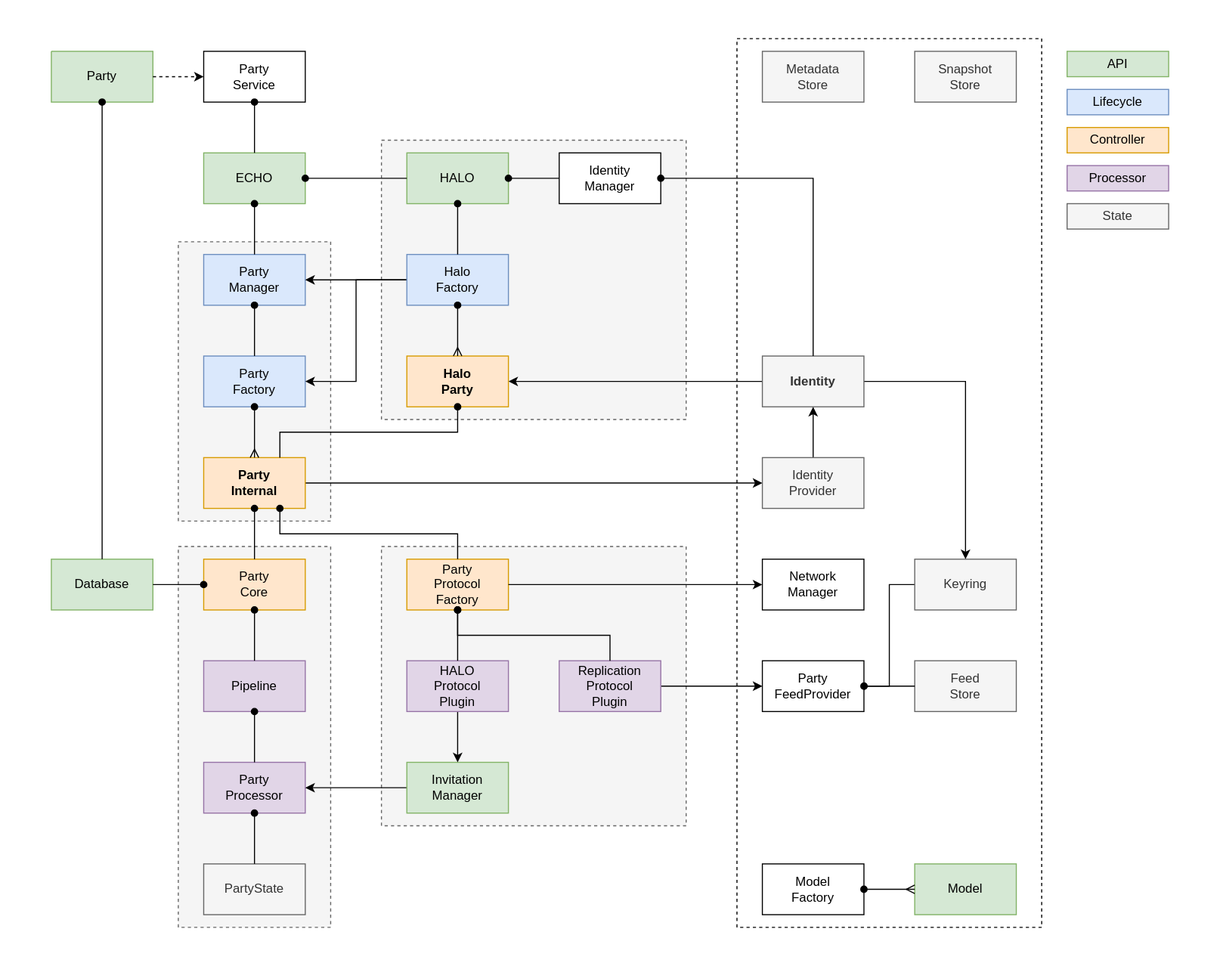
Above: docs/design/diagrams/echo-db.drawio.svg in dxos/dxos (draw.io), before the change. Source tidied: cells renumbered, new cells last; positions are measured from the earlier drawing's top-left corner, leaving out a move shared by most shapes.
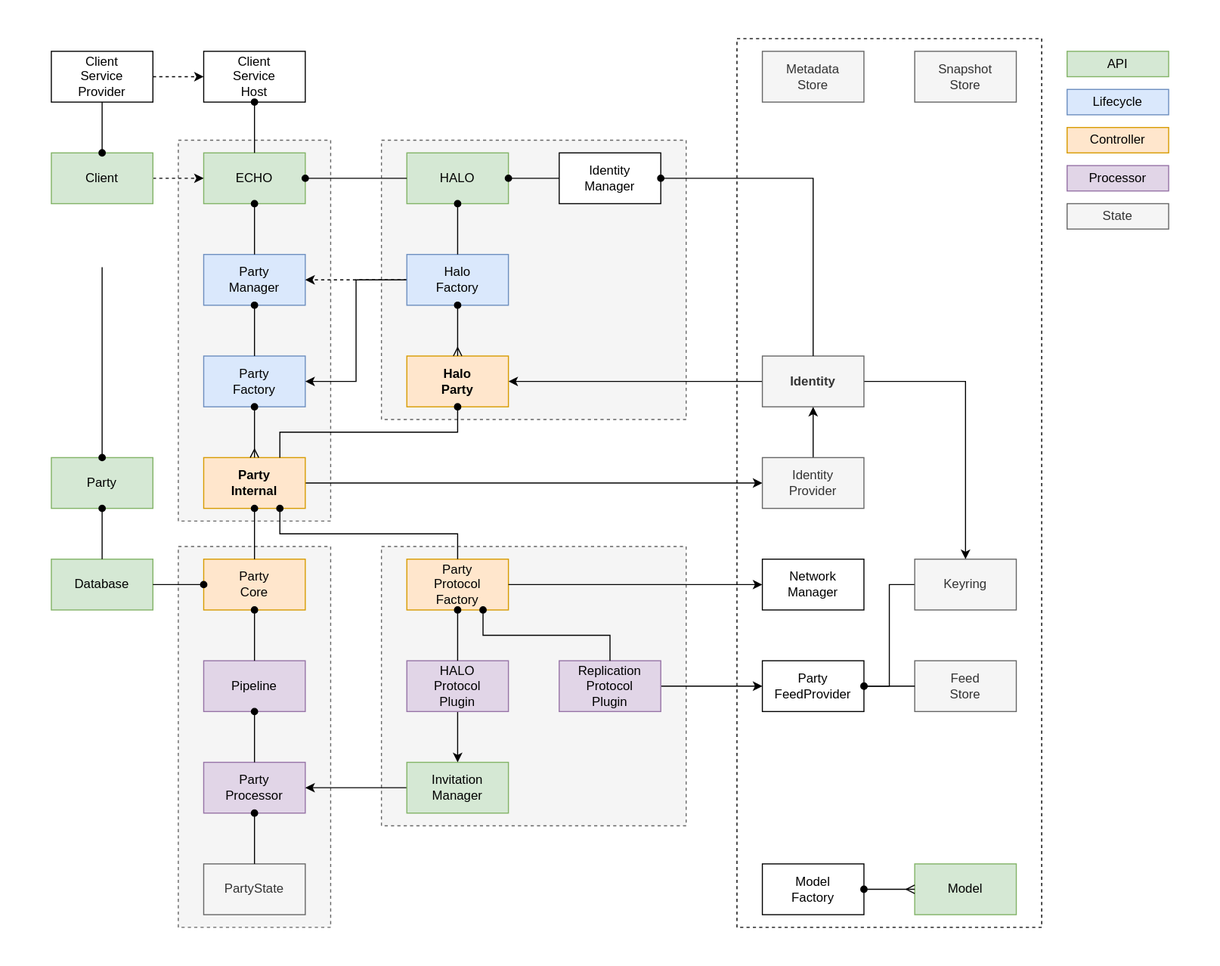
Above is the later version.

What changed in the source:
```diff
@@ -12,7 +12,7 @@
       <mxGeometry x="360" y="132" width="288" height="264" as="geometry" />
     </mxCell>
     <mxCell id="5" style="rounded=0;whiteSpace=wrap;html=1;dashed=1;fillColor=#f5f5f5;fontColor=#333333;strokeColor=#666666;" parent="1" vertex="1">
-      <mxGeometry x="168" y="228" width="144" height="264" as="geometry" />
+      <mxGeometry x="168" y="132" width="144" height="360" as="geometry" />
     </mxCell>
     <mxCell id="6" style="rounded=0;whiteSpace=wrap;html=1;dashed=1;fillColor=#f5f5f5;fontColor=#333333;strokeColor=#666666;" parent="1" vertex="1">
       <mxGeometry x="168" y="516" width="144" height="360" as="geometry" />
@@ -39,7 +39,7 @@
       <mxGeometry x="192" y="624" width="96" height="48" as="geometry" />
     </mxCell>
     <mxCell id="14" value="Party" style="rounded=0;whiteSpace=wrap;html=1;fillColor=#d5e8d4;strokeColor=#82b366;" parent="1" vertex="1">
-      <mxGeometry x="48" y="48" width="96" height="48" as="geometry" />
+      <mxGeometry x="48" y="432" width="96" height="48" as="geometry" />
     </mxCell>
     <mxCell id="15" value="Party&lt;br&gt;Factory&lt;br&gt;" style="rounded=0;whiteSpace=wrap;html=1;fillColor=#dae8fc;strokeColor=#6c8ebf;" parent="1" vertex="1">
       <mxGeometry x="192" y="336" width="96" height="48" as="geometry" />
@@ -157,15 +157,12 @@
     <mxCell id="51" style="edgeStyle=orthogonalEdgeStyle;rounded=0;jettySize=auto;html=1;exitX=0.5;exitY=1;exitDx=0;exitDy=0;startArrow=oval;startFill=1;endArrow=none;endFill=0;" parent="1" edge="1" source="22" target="49">
       <mxGeometry relative="1" as="geometry" />
     </mxCell>
-    <mxCell id="52" value="Party&lt;br&gt;Service" style="rounded=0;whiteSpace=wrap;html=1;" parent="1" vertex="1">
+    <mxCell id="52" value="Client&lt;br&gt;Service&lt;br&gt;Host" style="rounded=0;whiteSpace=wrap;html=1;" parent="1" vertex="1">
       <mxGeometry x="192" y="48" width="96" height="48" as="geometry" />
     </mxCell>
     <mxCell id="53" style="edgeStyle=orthogonalEdgeStyle;rounded=0;jettySize=auto;html=1;exitX=0.5;exitY=1;exitDx=0;exitDy=0;startArrow=oval;startFill=1;endArrow=none;endFill=0;" parent="1" edge="1" source="52" target="41">
       <mxGeometry relative="1" as="geometry" />
     </mxCell>
-    <mxCell id="54" style="edgeStyle=orthogonalEdgeStyle;rounded=0;jettySize=auto;html=1;exitX=1;exitY=0.5;exitDx=0;exitDy=0;entryX=0;entryY=0.5;entryDx=0;entryDy=0;startArrow=none;startFill=0;endArrow=classic;endFill=1;dashed=1;" parent="1" edge="1" source="14" target="52">
-      <mxGeometry relative="1" as="geometry" />
-    </mxCell>
     <mxCell id="55" value="HALO" style="rounded=0;whiteSpace=wrap;html=1;fillColor=#d5e8d4;strokeColor=#82b366;" parent="1" vertex="1">
       <mxGeometry x="384" y="144" width="96" height="48" as="geometry" />
     </mxCell>
@@ -175,11 +172,10 @@
     <mxCell id="57" style="edgeStyle=orthogonalEdgeStyle;rounded=0;jettySize=auto;html=1;exitX=0.75;exitY=1;exitDx=0;exitDy=0;entryX=0.5;entryY=0;entryDx=0;entryDy=0;startArrow=oval;startFill=1;endArrow=none;endFill=0;" parent="1" edge="1" source="17" target="22">
       <mxGeometry relative="1" as="geometry" />
     </mxCell>
-    <mxCell id="58" style="edgeStyle=orthogonalEdgeStyle;rounded=0;jettySize=auto;html=1;startArrow=oval;startFill=1;endArrow=none;endFill=0;" parent="1" edge="1" target="50">
+    <mxCell id="58" style="edgeStyle=orthogonalEdgeStyle;rounded=0;jettySize=auto;html=1;startArrow=oval;startFill=1;endArrow=none;endFill=0;exitX=0.75;exitY=1;exitDx=0;exitDy=0;" parent="1" edge="1" source="22" target="50">
       <mxGeometry relative="1" as="geometry">
-        <mxPoint x="432" y="576" as="sourcePoint" />
         <Array as="points">
-          <mxPoint x="432" y="600" />
+          <mxPoint x="456" y="600" />
           <mxPoint x="576" y="600" />
         </Array>
       </mxGeometry>
@@ -235,7 +231,7 @@
         </Array>
       </mxGeometry>
     </mxCell>
-    <mxCell id="70" style="edgeStyle=none;rounded=0;html=1;exitX=0;exitY=0.5;exitDx=0;exitDy=0;entryX=1;entryY=0.5;entryDx=0;entryDy=0;startArrow=none;startFill=0;endArrow=classic;endFill=1;" parent="1" edge="1" source="71" target="40">
+    <mxCell id="70" style="edgeStyle=none;rounded=0;html=1;exitX=0;exitY=0.5;exitDx=0;exitDy=0;entryX=1;entryY=0.5;entryDx=0;entryDy=0;startArrow=none;startFill=0;endArrow=classic;endFill=1;dashed=1;" parent="1" edge="1" source="71" target="40">
       <mxGeometry relative="1" as="geometry" />
     </mxCell>
     <mxCell id="71" value="Halo&lt;br&gt;Factory" style="rounded=0;whiteSpace=wrap;html=1;fillColor=#dae8fc;strokeColor=#6c8ebf;" parent="1" vertex="1">
@@ -253,5 +249,30 @@
     <mxCell id="75" style="edgeStyle=none;rounded=0;html=1;exitX=0.5;exitY=1;exitDx=0;exitDy=0;startArrow=oval;startFill=1;endArrow=none;endFill=0;" parent="1" edge="1" source="55" target="71">
       <mxGeometry relative="1" as="geometry" />
     </mxCell>
+    <mxCell id="76" style="edgeStyle=none;html=1;exitX=1;exitY=0.5;exitDx=0;exitDy=0;entryX=0;entryY=0.5;entryDx=0;entryDy=0;startArrow=none;startFill=0;endArrow=classic;endFill=1;dashed=1;" parent="1" edge="1" source="77" target="52">
+      <mxGeometry relative="1" as="geometry" />
+    </mxCell>
+    <mxCell id="77" value="Client&lt;br&gt;Service&lt;br&gt;Provider" style="rounded=0;whiteSpace=wrap;html=1;" parent="1" vertex="1">
+      <mxGeometry x="48" y="48" width="96" height="48" as="geometry" />
+    </mxCell>
+    <mxCell id="78" style="edgeStyle=none;html=1;exitX=0.5;exitY=0;exitDx=0;exitDy=0;startArrow=none;startFill=1;endArrow=none;endFill=0;" parent="1" edge="1" source="80">
+      <mxGeometry relative="1" as="geometry">
+        <mxPoint x="96" y="168" as="targetPoint" />
+      </mxGeometry>
+    </mxCell>
+    <mxCell id="79" style="edgeStyle=none;html=1;exitX=1;exitY=0.5;exitDx=0;exitDy=0;startArrow=none;startFill=0;endArrow=classic;endFill=1;dashed=1;" parent="1" edge="1" source="80" target="41">
+      <mxGeometry relative="1" as="geometry" />
+    </mxCell>
+    <mxCell id="80" value="Client" style="rounded=0;whiteSpace=wrap;html=1;fillColor=#d5e8d4;strokeColor=#82b366;" parent="1" vertex="1">
+      <mxGeometry x="48" y="144" width="96" height="48" as="geometry" />
+    </mxCell>
+    <mxCell id="81" style="edgeStyle=none;html=1;exitX=0.5;exitY=0;exitDx=0;exitDy=0;startArrow=oval;startFill=1;endArrow=none;endFill=0;" parent="1" edge="1" source="14">
+      <mxGeometry relative="1" as="geometry">
+        <mxPoint x="96" y="252" as="targetPoint" />
+      </mxGeometry>
+    </mxCell>
+    <mxCell id="82" style="edgeStyle=none;html=1;exitX=0.5;exitY=0;exitDx=0;exitDy=0;startArrow=oval;startFill=1;endArrow=none;endFill=0;" parent="1" edge="1" source="80" target="77">
+      <mxGeometry relative="1" as="geometry" />
+    </mxCell>
   </root>
 </mxGraphModel>
```
